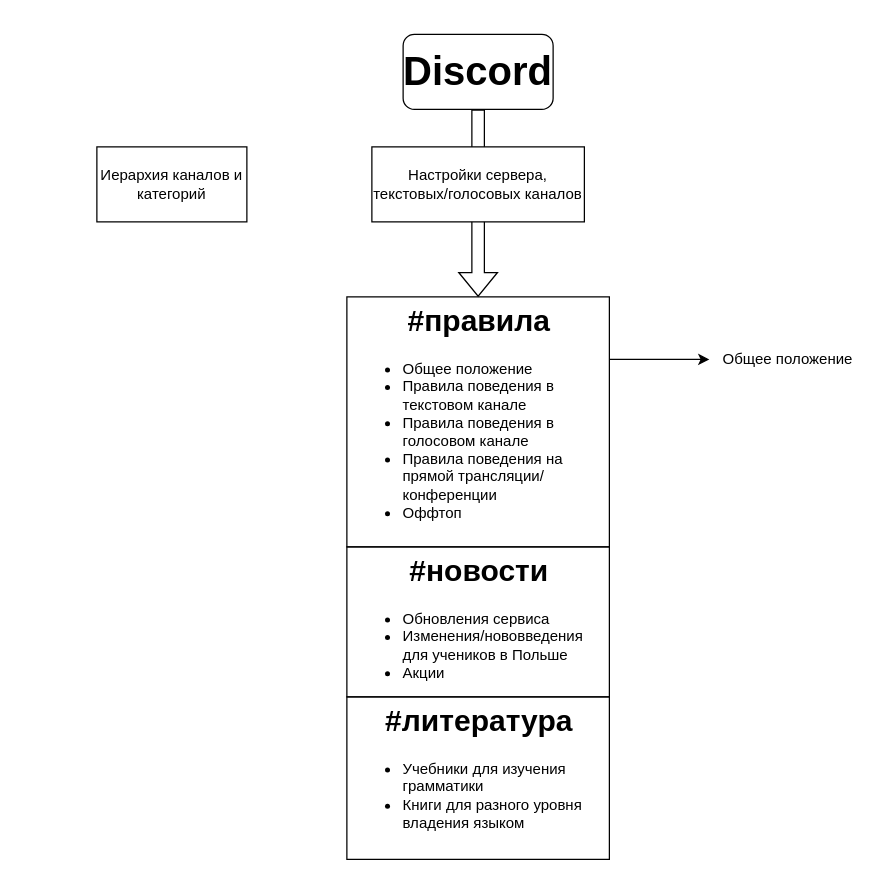
This is page "Discord server settings" (2 of 6) of Szkoła językowa.drawio from ReiVanSTR/Lua-code-main, a draw.io file, before an edit. Source tidied: cells renumbered, new cells numbered last; positions are measured from the earlier drawing's top-left corner, leaving out a move shared by most shapes. Both pictures are drawn from the tidied source at 125%, with x=0, y=0 at pixel (96, 34).
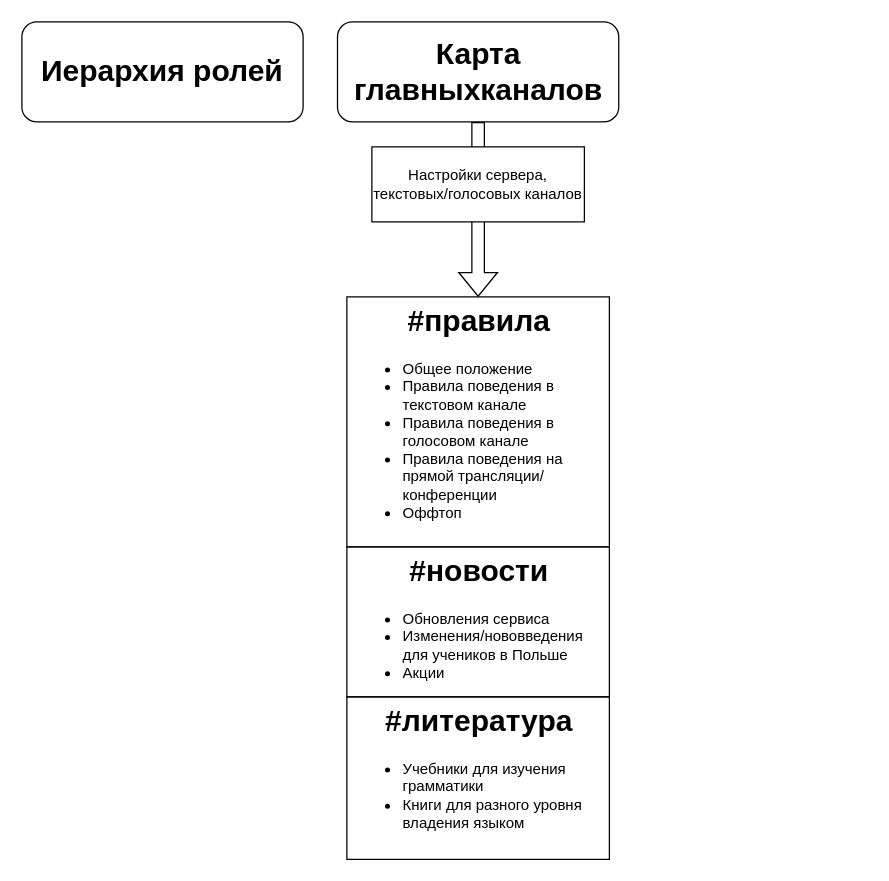
The same page after the edit.

The edit, as a diff of the source:
```diff
@@
 <mxGraphModel>
   <root>
     <mxCell id="0" />
     <mxCell id="1" parent="0" />
     <mxCell id="2" style="edgeStyle=orthogonalEdgeStyle;rounded=0;jettySize=auto;html=1;entryX=0.5;entryY=0;entryDx=0;entryDy=0;shape=flexArrow;" parent="1" edge="1" source="3" target="5">
       <mxGeometry relative="1" as="geometry" />
     </mxCell>
-    <mxCell id="3" value="&lt;font style=&quot;font-size: 32px&quot;&gt;&lt;b&gt;Discord&lt;/b&gt;&lt;/font&gt;" style="rounded=1;whiteSpace=wrap;html=1;" parent="1" vertex="1">
-      <mxGeometry x="245" width="120" height="60" as="geometry" />
+    <mxCell id="3" value="&lt;b&gt;&lt;font style=&quot;font-size: 24px&quot;&gt;Карта главныхканалов&lt;/font&gt;&lt;/b&gt;" style="rounded=1;whiteSpace=wrap;html=1;" parent="1" vertex="1">
+      <mxGeometry x="192.5" y="-10" width="225" height="80" as="geometry" />
     </mxCell>
-    <mxCell id="4" style="edgeStyle=orthogonalEdgeStyle;rounded=0;jettySize=auto;html=1;exitX=1;exitY=0.25;exitDx=0;exitDy=0;" parent="1" edge="1" source="5" target="8">
-      <mxGeometry relative="1" as="geometry" />
-    </mxCell>
     <mxCell id="5" value="&lt;h1 style=&quot;text-align: center&quot;&gt;#правила&lt;/h1&gt;&lt;div&gt;&lt;ul&gt;&lt;li&gt;Общее положение&amp;nbsp;&lt;br&gt;&lt;/li&gt;&lt;li&gt;Правила поведения в текстовом канале&lt;br&gt;&lt;/li&gt;&lt;li&gt;Правила поведения в голосовом канале&lt;br&gt;&lt;/li&gt;&lt;li&gt;Правила поведения на прямой трансляции/конференции&lt;br&gt;&lt;/li&gt;&lt;li&gt;Оффтоп&lt;/li&gt;&lt;/ul&gt;&lt;/div&gt;&lt;div&gt;&lt;br&gt;&lt;/div&gt;&lt;div&gt;&lt;br&gt;&lt;/div&gt;" style="text;html=1;spacing=5;spacingTop=-20;whiteSpace=wrap;overflow=hidden;rounded=0;strokeColor=#000000;" parent="1" vertex="1">
       <mxGeometry x="200" y="210" width="210" height="200" as="geometry" />
     </mxCell>
     <mxCell id="6" value="&lt;h1 style=&quot;text-align: center&quot;&gt;#новости&lt;/h1&gt;&lt;div&gt;&lt;ul&gt;&lt;li&gt;Обновления сервиса&lt;br&gt;&lt;/li&gt;&lt;li&gt;Изменения/нововведения для учеников в Польше&lt;/li&gt;&lt;li&gt;Акции&lt;/li&gt;&lt;/ul&gt;&lt;/div&gt;&lt;div&gt;&lt;br&gt;&lt;/div&gt;&lt;div&gt;&lt;br&gt;&lt;/div&gt;" style="text;html=1;fillColor=none;spacing=5;spacingTop=-20;whiteSpace=wrap;overflow=hidden;rounded=0;strokeColor=#000000;" parent="1" vertex="1">
       <mxGeometry x="200" y="410" width="210" height="120" as="geometry" />
     </mxCell>
     <mxCell id="7" value="&lt;h1 style=&quot;text-align: center&quot;&gt;#литература&lt;/h1&gt;&lt;p&gt;&lt;/p&gt;&lt;ul&gt;&lt;li&gt;Учебники для изучения грамматики&lt;br&gt;&lt;/li&gt;&lt;li&gt;Книги для разного уровня владения языком&lt;br&gt;&lt;/li&gt;&lt;/ul&gt;&lt;p&gt;&lt;/p&gt;" style="text;html=1;fillColor=none;spacing=5;spacingTop=-20;whiteSpace=wrap;overflow=hidden;rounded=0;strokeColor=#000000;" parent="1" vertex="1">
       <mxGeometry x="200" y="530" width="210" height="130" as="geometry" />
     </mxCell>
-    <mxCell id="8" value="Общее положение" style="text;html=1;strokeColor=none;fillColor=none;align=center;verticalAlign=middle;whiteSpace=wrap;rounded=0;" parent="1" vertex="1">
-      <mxGeometry x="490" y="200" width="126" height="120" as="geometry" />
-    </mxCell>
-    <mxCell id="9" value="Иерархия каналов и категорий" style="rounded=0;whiteSpace=wrap;html=1;strokeColor=#000000;fillColor=none;" parent="1" vertex="1">
-      <mxGeometry y="90" width="120" height="60" as="geometry" />
-    </mxCell>
     <mxCell id="10" value="Настройки сервера, текстовых/голосовых каналов" style="text;html=1;align=center;verticalAlign=middle;whiteSpace=wrap;rounded=0;fillColor=#ffffff;strokeColor=#000000;" parent="1" vertex="1">
       <mxGeometry x="220" y="90" width="170" height="60" as="geometry" />
     </mxCell>
+    <mxCell id="11" value="&lt;b&gt;&lt;font style=&quot;font-size: 24px&quot;&gt;Иерархия ролей&lt;/font&gt;&lt;/b&gt;" style="rounded=1;whiteSpace=wrap;html=1;" parent="1" vertex="1">
+      <mxGeometry x="-60" y="-10" width="225" height="80" as="geometry" />
+    </mxCell>
   </root>
 </mxGraphModel>
```
